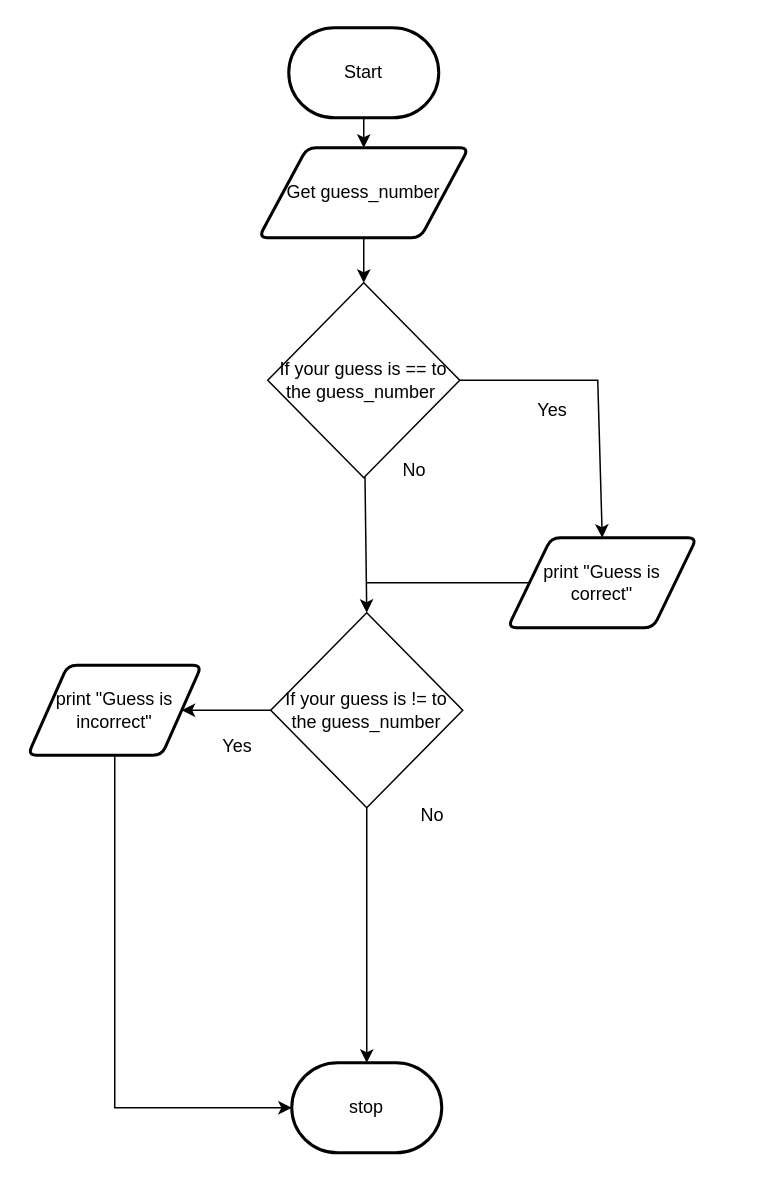
This is FlowChart.Drawio from JacksonNaufal/ICS3U-Unit3-03-Python, a draw.io file, before an edit. Source tidied: cells renumbered, new cells numbered last; positions are measured from the earlier drawing's top-left corner, leaving out a move shared by most shapes. Both pictures are drawn from the tidied source at 150%, with x=0, y=0 at pixel (27, 27).
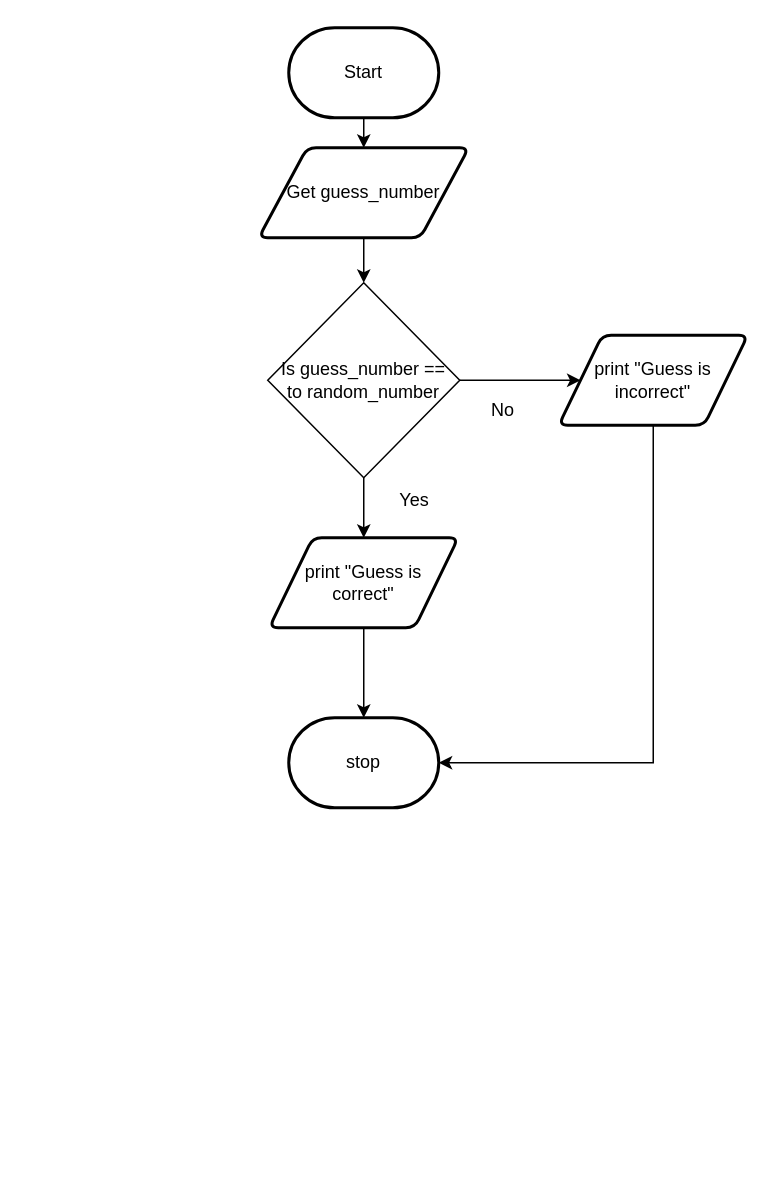
The same diagram, later.

What changed in the source:
```diff
@@
-    <mxCell id="6" style="edgeStyle=none;html=1;endArrow=none;endFill=0;" parent="1" edge="1" source="7">
-      <mxGeometry relative="1" as="geometry">
-        <mxPoint x="226" y="370" as="targetPoint" />
-      </mxGeometry>
-    </mxCell>
+    <mxCell id="21" style="edgeStyle=none;html=1;entryX=0.5;entryY=0;entryDx=0;entryDy=0;entryPerimeter=0;" parent="1" edge="1" source="7" target="8">
+      <mxGeometry relative="1" as="geometry" />
+    </mxCell>
     <mxCell id="7" value="print &quot;Guess is &lt;br&gt;correct&quot;" style="shape=parallelogram;html=1;strokeWidth=2;perimeter=parallelogramPerimeter;whiteSpace=wrap;rounded=1;arcSize=12;size=0.23;" parent="1" vertex="1">
-      <mxGeometry x="320" y="340" width="126" height="60" as="geometry" />
+      <mxGeometry x="161" y="340" width="126" height="60" as="geometry" />
     </mxCell>
     <mxCell id="8" value="stop" style="strokeWidth=2;html=1;shape=mxgraph.flowchart.terminator;whiteSpace=wrap;rounded=1;" parent="1" vertex="1">
-      <mxGeometry x="176" y="690" width="100" height="60" as="geometry" />
+      <mxGeometry x="174" y="460" width="100" height="60" as="geometry" />
     </mxCell>
-    <mxCell id="9" style="edgeStyle=none;html=1;rounded=0;endArrow=classic;endFill=1;entryX=0.5;entryY=0;entryDx=0;entryDy=0;" parent="1" edge="1" source="11" target="7">
-      <mxGeometry relative="1" as="geometry">
-        <Array as="points">
-          <mxPoint x="380" y="235" />
-        </Array>
-      </mxGeometry>
+    <mxCell id="9" style="edgeStyle=none;html=1;" parent="1" edge="1" source="11" target="7">
+      <mxGeometry relative="1" as="geometry" />
     </mxCell>
-    <mxCell id="10" style="edgeStyle=none;html=1;entryX=0.5;entryY=0;entryDx=0;entryDy=0;endArrow=classic;endFill=1;rounded=0;" parent="1" edge="1" source="11" target="16">
-      <mxGeometry relative="1" as="geometry" />
-    </mxCell>
+    <mxCell id="22" style="edgeStyle=none;html=1;" parent="1" edge="1" source="11" target="18">
+      <mxGeometry relative="1" as="geometry" />
+    </mxCell>
-    <mxCell id="11" value="If your guess is == to the guess_number&amp;nbsp;" style="rhombus;whiteSpace=wrap;html=1;" parent="1" vertex="1">
+    <mxCell id="11" value="Is guess_number == &lt;br&gt;to random_number" style="rhombus;whiteSpace=wrap;html=1;" parent="1" vertex="1">
       <mxGeometry x="160" y="170" width="128" height="130" as="geometry" />
     </mxCell>
-    <mxCell id="12" value="Yes" style="text;html=1;strokeColor=none;fillColor=none;align=center;verticalAlign=middle;whiteSpace=wrap;rounded=0;fontSize=12;" parent="1" vertex="1">
-      <mxGeometry x="320" y="240" width="60" height="30" as="geometry" />
+    <mxCell id="12" value="No" style="text;html=1;strokeColor=none;fillColor=none;align=center;verticalAlign=middle;whiteSpace=wrap;rounded=0;fontSize=12;" parent="1" vertex="1">
+      <mxGeometry x="287" y="240" width="60" height="30" as="geometry" />
     </mxCell>
-    <mxCell id="13" value="No" style="text;html=1;strokeColor=none;fillColor=none;align=center;verticalAlign=middle;whiteSpace=wrap;rounded=0;fontSize=12;" parent="1" vertex="1">
-      <mxGeometry x="240" y="510" width="60" height="30" as="geometry" />
-    </mxCell>
-    <mxCell id="14" style="edgeStyle=none;rounded=0;html=1;entryX=1;entryY=0.5;entryDx=0;entryDy=0;endArrow=classic;endFill=1;" parent="1" edge="1" source="16" target="18">
-      <mxGeometry relative="1" as="geometry" />
-    </mxCell>
-    <mxCell id="15" style="edgeStyle=none;rounded=0;html=1;entryX=0.5;entryY=0;entryDx=0;entryDy=0;entryPerimeter=0;endArrow=classic;endFill=1;" parent="1" edge="1" source="16" target="8">
-      <mxGeometry relative="1" as="geometry" />
-    </mxCell>
-    <mxCell id="16" value="If your guess is != to the guess_number" style="rhombus;whiteSpace=wrap;html=1;" parent="1" vertex="1">
-      <mxGeometry x="162" y="390" width="128" height="130" as="geometry" />
-    </mxCell>
+    <mxCell id="20" value="Yes" style="text;html=1;strokeColor=none;fillColor=none;align=center;verticalAlign=middle;whiteSpace=wrap;rounded=0;fontSize=12;" parent="1" vertex="1">
+      <mxGeometry x="228" y="300" width="60" height="30" as="geometry" />
+    </mxCell>
-    <mxCell id="17" style="edgeStyle=none;rounded=0;html=1;entryX=0;entryY=0.5;entryDx=0;entryDy=0;entryPerimeter=0;endArrow=classic;endFill=1;" parent="1" edge="1" source="18" target="8">
+    <mxCell id="17" style="edgeStyle=none;html=1;entryX=1;entryY=0.5;entryDx=0;entryDy=0;entryPerimeter=0;rounded=0;" parent="1" edge="1" source="18" target="8">
       <mxGeometry relative="1" as="geometry">
         <Array as="points">
-          <mxPoint x="58" y="720" />
+          <mxPoint x="417" y="490" />
         </Array>
       </mxGeometry>
     </mxCell>
-    <mxCell id="18" value="&lt;font style=&quot;font-size: 12px&quot;&gt;print &quot;Guess is incorrect&quot;&lt;/font&gt;" style="shape=parallelogram;html=1;strokeWidth=2;perimeter=parallelogramPerimeter;whiteSpace=wrap;rounded=1;arcSize=12;size=0.23;fontSize=10;" parent="1" vertex="1">
-      <mxGeometry y="425" width="116" height="60" as="geometry" />
+    <mxCell id="18" value="print &quot;Guess is &lt;br&gt;incorrect&quot;" style="shape=parallelogram;html=1;strokeWidth=2;perimeter=parallelogramPerimeter;whiteSpace=wrap;rounded=1;arcSize=12;size=0.23;" parent="1" vertex="1">
+      <mxGeometry x="354" y="205" width="126" height="60" as="geometry" />
     </mxCell>
-    <mxCell id="19" value="Yes" style="text;html=1;strokeColor=none;fillColor=none;align=center;verticalAlign=middle;whiteSpace=wrap;rounded=0;fontSize=12;" parent="1" vertex="1">
-      <mxGeometry x="110" y="464" width="60" height="30" as="geometry" />
-    </mxCell>
-    <mxCell id="20" value="No" style="text;html=1;strokeColor=none;fillColor=none;align=center;verticalAlign=middle;whiteSpace=wrap;rounded=0;fontSize=12;" parent="1" vertex="1">
-      <mxGeometry x="228" y="280" width="60" height="30" as="geometry" />
-    </mxCell>
```
